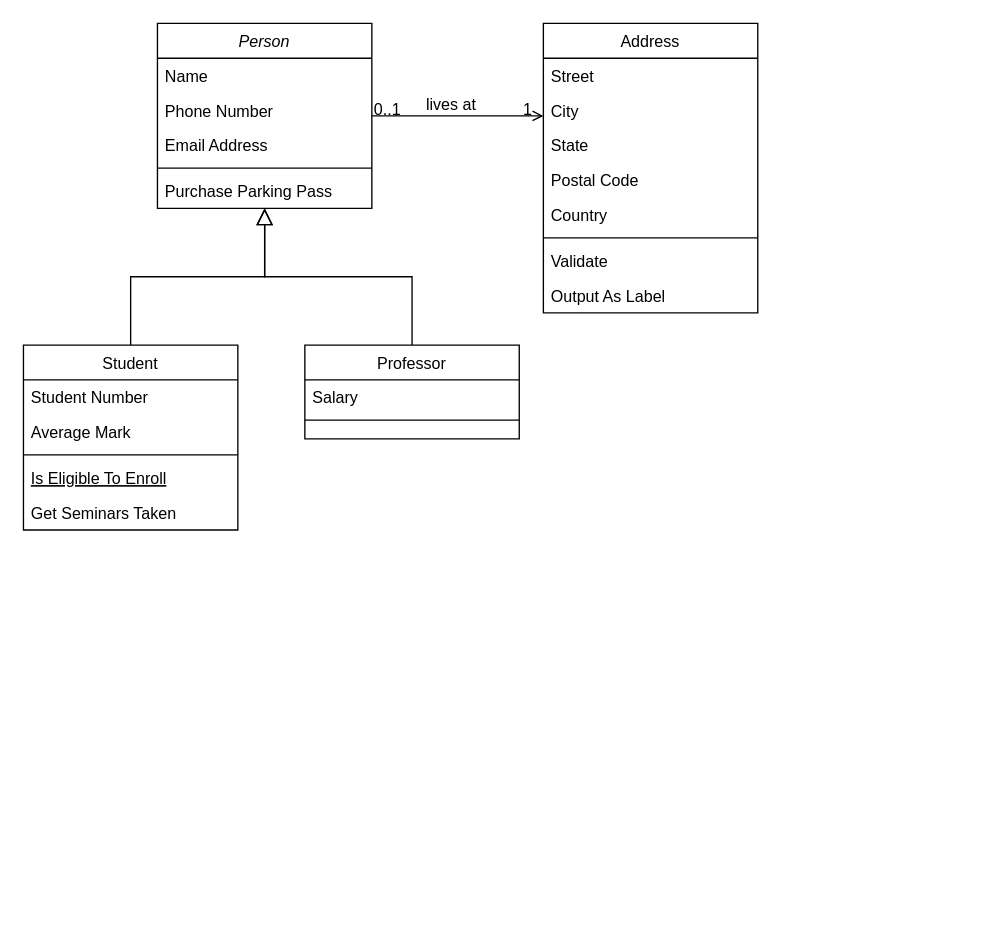
FJArribas/Model keeps this draw.io diagram as Model.drawio. Above is the earlier version. Source tidied: cells renumbered, new cells numbered last; positions are measured from the earlier drawing's top-left corner, leaving out a move shared by most shapes. Both pictures are drawn from the tidied source at 134%, with x=0, y=0 at pixel (23, 23).
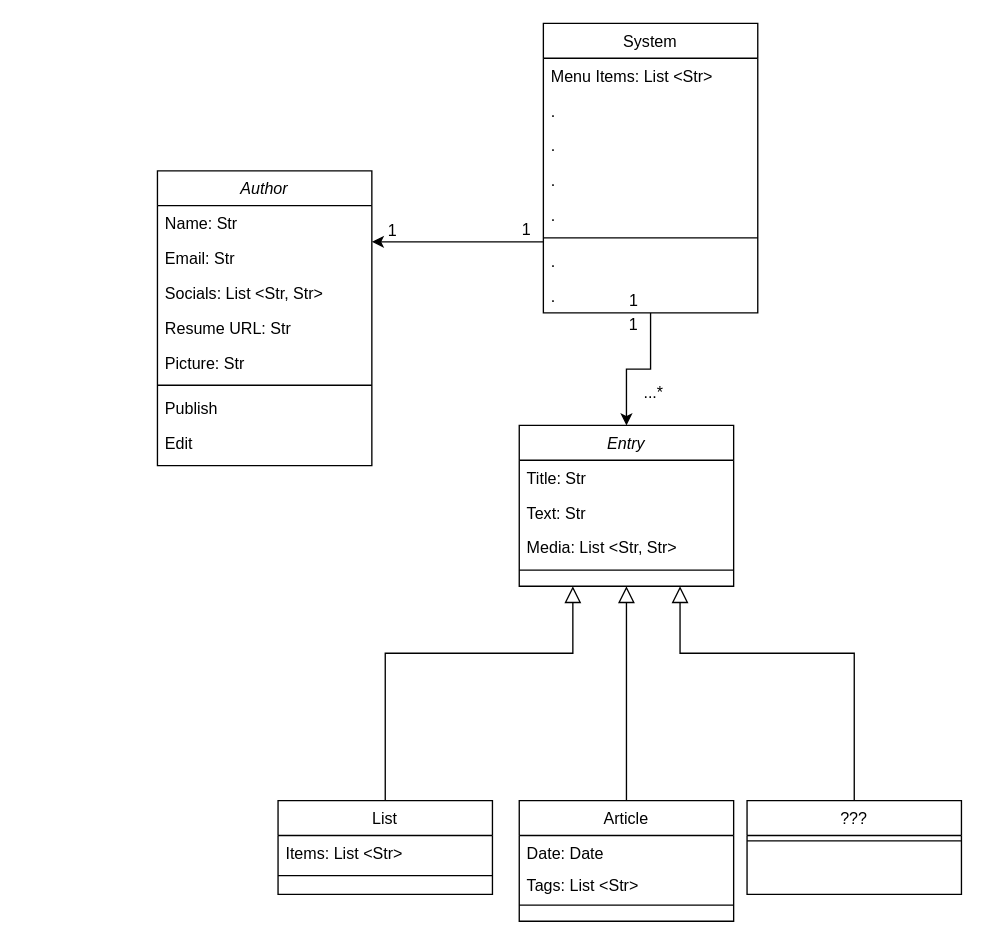
Above is the later version.

The edit, as a diff of the source:
```diff
@@
-    <mxCell id="2" value="Person" style="swimlane;fontStyle=2;align=center;verticalAlign=top;horizontal=1;startSize=26;rounded=0;shadow=0;strokeWidth=1;" parent="1" vertex="1">
-      <mxGeometry x="100" width="160" height="138" as="geometry" />
+    <mxCell id="2" value="Author" style="swimlane;fontStyle=2;align=center;verticalAlign=top;horizontal=1;startSize=26;rounded=0;shadow=0;strokeWidth=1;" parent="1" vertex="1">
+      <mxGeometry x="100" y="110" width="160" height="220" as="geometry" />
     </mxCell>
-    <mxCell id="3" value="Name" style="text;align=left;verticalAlign=top;spacingLeft=4;spacingRight=4;overflow=hidden;" parent="2" vertex="1">
+    <mxCell id="3" value="Name: Str" style="text;align=left;verticalAlign=top;spacingLeft=4;spacingRight=4;overflow=hidden;" parent="2" vertex="1">
       <mxGeometry y="26" width="160" height="26" as="geometry" />
     </mxCell>
-    <mxCell id="4" value="Phone Number" style="text;align=left;verticalAlign=top;spacingLeft=4;spacingRight=4;overflow=hidden;rounded=0;shadow=0;html=0;" parent="2" vertex="1">
+    <mxCell id="4" value="Email: Str" style="text;align=left;verticalAlign=top;spacingLeft=4;spacingRight=4;overflow=hidden;rounded=0;shadow=0;html=0;" parent="2" vertex="1">
       <mxGeometry y="52" width="160" height="26" as="geometry" />
     </mxCell>
-    <mxCell id="5" value="Email Address" style="text;align=left;verticalAlign=top;spacingLeft=4;spacingRight=4;overflow=hidden;rounded=0;shadow=0;html=0;" parent="2" vertex="1">
+    <mxCell id="5" value="Socials: List &lt;Str, Str&gt;" style="text;align=left;verticalAlign=top;spacingLeft=4;spacingRight=4;overflow=hidden;rounded=0;shadow=0;html=0;" parent="2" vertex="1">
       <mxGeometry y="78" width="160" height="26" as="geometry" />
     </mxCell>
+    <mxCell id="32" value="Resume URL: Str" style="text;align=left;verticalAlign=top;spacingLeft=4;spacingRight=4;overflow=hidden;rounded=0;shadow=0;html=0;" parent="2" vertex="1">
+      <mxGeometry y="104" width="160" height="26" as="geometry" />
+    </mxCell>
+    <mxCell id="33" value="Picture: Str" style="text;align=left;verticalAlign=top;spacingLeft=4;spacingRight=4;overflow=hidden;rounded=0;shadow=0;html=0;" parent="2" vertex="1">
+      <mxGeometry y="130" width="160" height="26" as="geometry" />
+    </mxCell>
     <mxCell id="6" style="line;html=1;strokeWidth=1;align=left;verticalAlign=middle;spacingTop=-1;spacingLeft=3;spacingRight=3;labelPosition=right;" parent="2" vertex="1">
-      <mxGeometry y="104" width="160" height="8" as="geometry" />
+      <mxGeometry y="156" width="160" height="8" as="geometry" />
     </mxCell>
-    <mxCell id="7" value="Purchase Parking Pass" style="text;align=left;verticalAlign=top;spacingLeft=4;spacingRight=4;overflow=hidden;" parent="2" vertex="1">
-      <mxGeometry y="112" width="160" height="26" as="geometry" />
-    </mxCell>
+    <mxCell id="34" value="Publish" style="text;align=left;verticalAlign=top;spacingLeft=4;spacingRight=4;overflow=hidden;" parent="2" vertex="1">
+      <mxGeometry y="164" width="160" height="26" as="geometry" />
+    </mxCell>
+    <mxCell id="35" value="Edit" style="text;align=left;verticalAlign=top;spacingLeft=4;spacingRight=4;overflow=hidden;rounded=0;shadow=0;html=0;" parent="2" vertex="1">
+      <mxGeometry y="190" width="160" height="26" as="geometry" />
+    </mxCell>
-    <mxCell id="8" value="Student" style="swimlane;fontStyle=0;align=center;verticalAlign=top;horizontal=1;startSize=26;rounded=0;shadow=0;strokeWidth=1;" parent="1" vertex="1">
-      <mxGeometry y="240" width="160" height="138" as="geometry" />
+    <mxCell id="8" value="List" style="swimlane;fontStyle=0;align=center;verticalAlign=top;horizontal=1;startSize=26;rounded=0;shadow=0;strokeWidth=1;" parent="1" vertex="1">
+      <mxGeometry x="190" y="580" width="160" height="70" as="geometry" />
     </mxCell>
-    <mxCell id="9" value="Student Number" style="text;align=left;verticalAlign=top;spacingLeft=4;spacingRight=4;overflow=hidden;" parent="8" vertex="1">
+    <mxCell id="9" value="Items: List &lt;Str&gt;" style="text;align=left;verticalAlign=top;spacingLeft=4;spacingRight=4;overflow=hidden;" parent="8" vertex="1">
       <mxGeometry y="26" width="160" height="26" as="geometry" />
     </mxCell>
-    <mxCell id="10" value="Average Mark" style="text;align=left;verticalAlign=top;spacingLeft=4;spacingRight=4;overflow=hidden;rounded=0;shadow=0;html=0;" parent="8" vertex="1">
-      <mxGeometry y="52" width="160" height="26" as="geometry" />
-    </mxCell>
     <mxCell id="11" style="line;html=1;strokeWidth=1;align=left;verticalAlign=middle;spacingTop=-1;spacingLeft=3;spacingRight=3;labelPosition=right;" parent="8" vertex="1">
-      <mxGeometry y="78" width="160" height="8" as="geometry" />
+      <mxGeometry y="52" width="160" height="8" as="geometry" />
     </mxCell>
-    <mxCell id="12" value="Is Eligible To Enroll" style="text;align=left;verticalAlign=top;spacingLeft=4;spacingRight=4;overflow=hidden;fontStyle=4;" parent="8" vertex="1">
-      <mxGeometry y="86" width="160" height="26" as="geometry" />
-    </mxCell>
-    <mxCell id="13" value="Get Seminars Taken" style="text;align=left;verticalAlign=top;spacingLeft=4;spacingRight=4;overflow=hidden;" parent="8" vertex="1">
-      <mxGeometry y="112" width="160" height="26" as="geometry" />
-    </mxCell>
-    <mxCell id="14" style="endArrow=block;endSize=10;endFill=0;shadow=0;strokeWidth=1;rounded=0;curved=0;edgeStyle=elbowEdgeStyle;elbow=vertical;" parent="1" edge="1" source="8" target="2">
-      <mxGeometry relative="1" as="geometry" />
+    <mxCell id="14" style="endArrow=block;endSize=10;endFill=0;shadow=0;strokeWidth=1;rounded=0;curved=0;edgeStyle=elbowEdgeStyle;elbow=vertical;exitX=0.5;exitY=0;exitDx=0;exitDy=0;entryX=0.25;entryY=1;entryDx=0;entryDy=0;" parent="1" edge="1" source="8" target="36">
+      <mxGeometry relative="1" as="geometry">
+        <Array as="points">
+          <mxPoint x="394" y="470" />
+        </Array>
+      </mxGeometry>
     </mxCell>
-    <mxCell id="15" value="Professor" style="swimlane;fontStyle=0;align=center;verticalAlign=top;horizontal=1;startSize=26;rounded=0;shadow=0;strokeWidth=1;" parent="1" vertex="1">
-      <mxGeometry x="210" y="240" width="160" height="70" as="geometry" />
+    <mxCell id="15" value="???" style="swimlane;fontStyle=0;align=center;verticalAlign=top;horizontal=1;startSize=26;rounded=0;shadow=0;strokeWidth=1;" parent="1" vertex="1">
+      <mxGeometry x="540" y="580" width="160" height="70" as="geometry" />
     </mxCell>
-    <mxCell id="16" value="Salary" style="text;align=left;verticalAlign=top;spacingLeft=4;spacingRight=4;overflow=hidden;" parent="15" vertex="1">
-      <mxGeometry y="26" width="160" height="26" as="geometry" />
-    </mxCell>
     <mxCell id="17" style="line;html=1;strokeWidth=1;align=left;verticalAlign=middle;spacingTop=-1;spacingLeft=3;spacingRight=3;labelPosition=right;" parent="15" vertex="1">
-      <mxGeometry y="52" width="160" height="8" as="geometry" />
+      <mxGeometry y="26" width="160" height="8" as="geometry" />
     </mxCell>
-    <mxCell id="18" style="endArrow=block;endSize=10;endFill=0;shadow=0;strokeWidth=1;rounded=0;curved=0;edgeStyle=elbowEdgeStyle;elbow=vertical;" parent="1" edge="1" source="15" target="2">
-      <mxGeometry relative="1" as="geometry" />
+    <mxCell id="18" style="endArrow=block;endSize=10;endFill=0;shadow=0;strokeWidth=1;rounded=0;curved=0;edgeStyle=elbowEdgeStyle;elbow=vertical;entryX=0.75;entryY=1;entryDx=0;entryDy=0;" parent="1" edge="1" source="15" target="36">
+      <mxGeometry relative="1" as="geometry">
+        <Array as="points">
+          <mxPoint x="520" y="470" />
+        </Array>
+      </mxGeometry>
     </mxCell>
-    <mxCell id="19" value="Address" style="swimlane;fontStyle=0;align=center;verticalAlign=top;horizontal=1;startSize=26;rounded=0;shadow=0;strokeWidth=1;" parent="1" vertex="1">
+    <mxCell id="19" value="System" style="swimlane;fontStyle=0;align=center;verticalAlign=top;horizontal=1;startSize=26;rounded=0;shadow=0;strokeWidth=1;" parent="1" vertex="1">
       <mxGeometry x="388" width="160" height="216" as="geometry" />
     </mxCell>
-    <mxCell id="20" value="Street" style="text;align=left;verticalAlign=top;spacingLeft=4;spacingRight=4;overflow=hidden;" parent="19" vertex="1">
+    <mxCell id="20" value="Menu Items: List &lt;Str&gt;" style="text;align=left;verticalAlign=top;spacingLeft=4;spacingRight=4;overflow=hidden;" parent="19" vertex="1">
       <mxGeometry y="26" width="160" height="26" as="geometry" />
     </mxCell>
-    <mxCell id="21" value="City" style="text;align=left;verticalAlign=top;spacingLeft=4;spacingRight=4;overflow=hidden;rounded=0;shadow=0;html=0;" parent="19" vertex="1">
+    <mxCell id="21" value="." style="text;align=left;verticalAlign=top;spacingLeft=4;spacingRight=4;overflow=hidden;rounded=0;shadow=0;html=0;" parent="19" vertex="1">
       <mxGeometry y="52" width="160" height="26" as="geometry" />
     </mxCell>
-    <mxCell id="22" value="State" style="text;align=left;verticalAlign=top;spacingLeft=4;spacingRight=4;overflow=hidden;rounded=0;shadow=0;html=0;" parent="19" vertex="1">
+    <mxCell id="22" value="." style="text;align=left;verticalAlign=top;spacingLeft=4;spacingRight=4;overflow=hidden;rounded=0;shadow=0;html=0;" parent="19" vertex="1">
       <mxGeometry y="78" width="160" height="26" as="geometry" />
     </mxCell>
-    <mxCell id="23" value="Postal Code" style="text;align=left;verticalAlign=top;spacingLeft=4;spacingRight=4;overflow=hidden;rounded=0;shadow=0;html=0;" parent="19" vertex="1">
+    <mxCell id="23" value="." style="text;align=left;verticalAlign=top;spacingLeft=4;spacingRight=4;overflow=hidden;rounded=0;shadow=0;html=0;" parent="19" vertex="1">
       <mxGeometry y="104" width="160" height="26" as="geometry" />
     </mxCell>
-    <mxCell id="24" value="Country" style="text;align=left;verticalAlign=top;spacingLeft=4;spacingRight=4;overflow=hidden;rounded=0;shadow=0;html=0;" parent="19" vertex="1">
+    <mxCell id="24" value="." style="text;align=left;verticalAlign=top;spacingLeft=4;spacingRight=4;overflow=hidden;rounded=0;shadow=0;html=0;" parent="19" vertex="1">
       <mxGeometry y="130" width="160" height="26" as="geometry" />
     </mxCell>
@@
-    <mxCell id="26" value="Validate" style="text;align=left;verticalAlign=top;spacingLeft=4;spacingRight=4;overflow=hidden;" parent="19" vertex="1">
+    <mxCell id="26" value="." style="text;align=left;verticalAlign=top;spacingLeft=4;spacingRight=4;overflow=hidden;" parent="19" vertex="1">
       <mxGeometry y="164" width="160" height="26" as="geometry" />
     </mxCell>
-    <mxCell id="27" value="Output As Label" style="text;align=left;verticalAlign=top;spacingLeft=4;spacingRight=4;overflow=hidden;" parent="19" vertex="1">
+    <mxCell id="27" value="." style="text;align=left;verticalAlign=top;spacingLeft=4;spacingRight=4;overflow=hidden;" parent="19" vertex="1">
       <mxGeometry y="190" width="160" height="26" as="geometry" />
     </mxCell>
-    <mxCell id="28" style="endArrow=open;shadow=0;strokeWidth=1;rounded=0;curved=0;endFill=1;edgeStyle=elbowEdgeStyle;elbow=vertical;" parent="1" edge="1" source="2" target="19">
+    <mxCell id="28" style="endArrow=none;shadow=0;strokeWidth=1;rounded=0;curved=0;endFill=0;edgeStyle=elbowEdgeStyle;elbow=vertical;startArrow=classic;startFill=1;" parent="1" edge="1" source="2" target="19">
       <mxGeometry x="0.5" y="41" relative="1" as="geometry">
         <mxPoint x="-40" y="32" as="offset" />
       </mxGeometry>
     </mxCell>
-    <mxCell id="29" value="0..1" style="align=left;verticalAlign=bottom;labelBackgroundColor=none;fontSize=12;" parent="28" vertex="1">
-      <mxGeometry x="-1" relative="1" as="geometry">
-        <mxPoint y="4" as="offset" />
-      </mxGeometry>
-    </mxCell>
     <mxCell id="30" value="1" style="align=right;verticalAlign=bottom;labelBackgroundColor=none;fontSize=12;" parent="28" vertex="1">
       <mxGeometry x="1" relative="1" as="geometry">
-        <mxPoint x="-7" y="4" as="offset" />
+        <mxPoint x="-8" y="-1" as="offset" />
       </mxGeometry>
     </mxCell>
-    <mxCell id="31" value="lives at" style="text;html=1;align=center;verticalAlign=middle;labelBackgroundColor=none;rounded=0;shadow=0;strokeWidth=1;fontSize=12;" parent="28" vertex="1">
-      <mxGeometry x="0.5" y="49" relative="1" as="geometry">
-        <mxPoint x="-38" y="40" as="offset" />
-      </mxGeometry>
-    </mxCell>
+    <mxCell id="36" value="Entry" style="swimlane;fontStyle=2;align=center;verticalAlign=top;horizontal=1;startSize=26;rounded=0;shadow=0;strokeWidth=1;" parent="1" vertex="1">
+      <mxGeometry x="370" y="300" width="160" height="120" as="geometry" />
+    </mxCell>
+    <mxCell id="37" value="Title: Str" style="text;align=left;verticalAlign=top;spacingLeft=4;spacingRight=4;overflow=hidden;" parent="36" vertex="1">
+      <mxGeometry y="26" width="160" height="26" as="geometry" />
+    </mxCell>
+    <mxCell id="38" value="Text: Str" style="text;align=left;verticalAlign=top;spacingLeft=4;spacingRight=4;overflow=hidden;rounded=0;shadow=0;html=0;" parent="36" vertex="1">
+      <mxGeometry y="52" width="160" height="26" as="geometry" />
+    </mxCell>
+    <mxCell id="39" value="Media: List &lt;Str, Str&gt;" style="text;align=left;verticalAlign=top;spacingLeft=4;spacingRight=4;overflow=hidden;rounded=0;shadow=0;html=0;" parent="36" vertex="1">
+      <mxGeometry y="78" width="160" height="26" as="geometry" />
+    </mxCell>
+    <mxCell id="40" style="line;html=1;strokeWidth=1;align=left;verticalAlign=middle;spacingTop=-1;spacingLeft=3;spacingRight=3;labelPosition=right;" parent="36" vertex="1">
+      <mxGeometry y="104" width="160" height="8" as="geometry" />
+    </mxCell>
+    <mxCell id="41" value="1" style="align=right;verticalAlign=bottom;labelBackgroundColor=none;fontSize=12;direction=south;" parent="1" vertex="1">
+      <mxGeometry x="280" y="163" as="geometry" />
+    </mxCell>
+    <mxCell id="42" style="endArrow=none;shadow=0;strokeWidth=1;rounded=0;curved=0;endFill=0;edgeStyle=elbowEdgeStyle;elbow=vertical;startArrow=classic;startFill=1;" parent="1" edge="1" source="36" target="19">
+      <mxGeometry x="0.5" y="41" relative="1" as="geometry">
+        <mxPoint x="-40" y="32" as="offset" />
+      </mxGeometry>
+    </mxCell>
+    <mxCell id="43" value="1" style="align=right;verticalAlign=bottom;labelBackgroundColor=none;fontSize=12;" parent="42" vertex="1">
+      <mxGeometry x="1" relative="1" as="geometry">
+        <mxPoint x="-8" y="-1" as="offset" />
+      </mxGeometry>
+    </mxCell>
+    <mxCell id="44" value="Article" style="swimlane;fontStyle=0;align=center;verticalAlign=top;horizontal=1;startSize=26;rounded=0;shadow=0;strokeWidth=1;" parent="1" vertex="1">
+      <mxGeometry x="370" y="580" width="160" height="90" as="geometry" />
+    </mxCell>
+    <mxCell id="45" value="Date: Date&#10;" style="text;align=left;verticalAlign=top;spacingLeft=4;spacingRight=4;overflow=hidden;" parent="44" vertex="1">
+      <mxGeometry y="26" width="160" height="24" as="geometry" />
+    </mxCell>
+    <mxCell id="46" value="Tags: List &lt;Str&gt;&#10;" style="text;align=left;verticalAlign=top;spacingLeft=4;spacingRight=4;overflow=hidden;" parent="44" vertex="1">
+      <mxGeometry y="50" width="160" height="24" as="geometry" />
+    </mxCell>
+    <mxCell id="47" style="line;html=1;strokeWidth=1;align=left;verticalAlign=middle;spacingTop=-1;spacingLeft=3;spacingRight=3;labelPosition=right;" parent="44" vertex="1">
+      <mxGeometry y="74" width="160" height="8" as="geometry" />
+    </mxCell>
+    <mxCell id="48" style="endArrow=block;endSize=10;endFill=0;shadow=0;strokeWidth=1;rounded=0;curved=0;edgeStyle=elbowEdgeStyle;elbow=vertical;entryX=0.5;entryY=1;entryDx=0;entryDy=0;exitX=0.5;exitY=0;exitDx=0;exitDy=0;" parent="1" edge="1" source="44" target="36">
+      <mxGeometry relative="1" as="geometry">
+        <Array as="points">
+          <mxPoint x="490" y="530" />
+        </Array>
+      </mxGeometry>
+    </mxCell>
+    <mxCell id="49" value="1" style="text;html=1;align=center;verticalAlign=middle;strokeColor=none;fillColor=none;" parent="1" vertex="1">
+      <mxGeometry x="440" y="210" width="30" height="30" as="geometry" />
+    </mxCell>
+    <mxCell id="50" value="&lt;div&gt;...*&lt;/div&gt;&lt;div&gt;&lt;br&gt;&lt;/div&gt;" style="text;html=1;align=center;verticalAlign=middle;strokeColor=none;fillColor=none;" parent="1" vertex="1">
+      <mxGeometry x="450" y="263" width="40" height="40" as="geometry" />
+    </mxCell>
```
